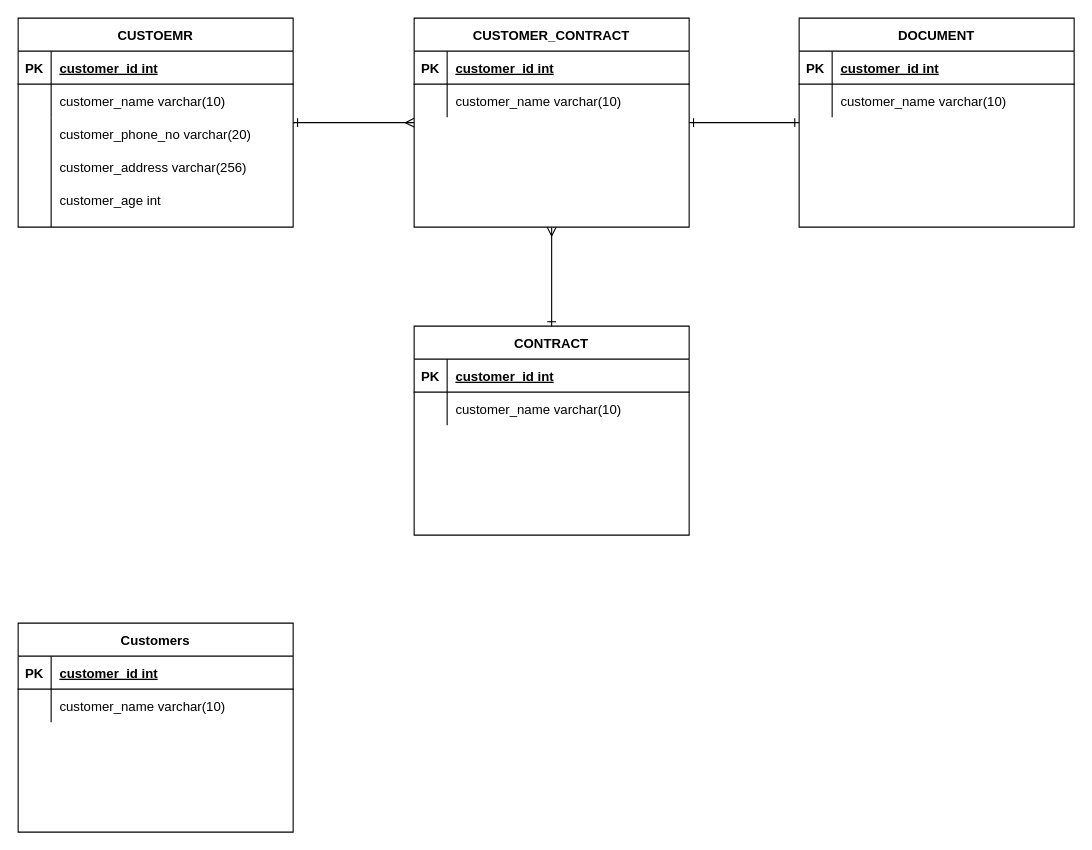
Before: 제목 없는 다이어그램.drawio in lkis71/core, a draw.io diagram. Source tidied: cells renumbered, new cells numbered last; positions are measured from the earlier drawing's top-left corner, leaving out a move shared by most shapes. Both pictures are drawn from the tidied source at 110%, with x=0, y=0 at pixel (18, 18).
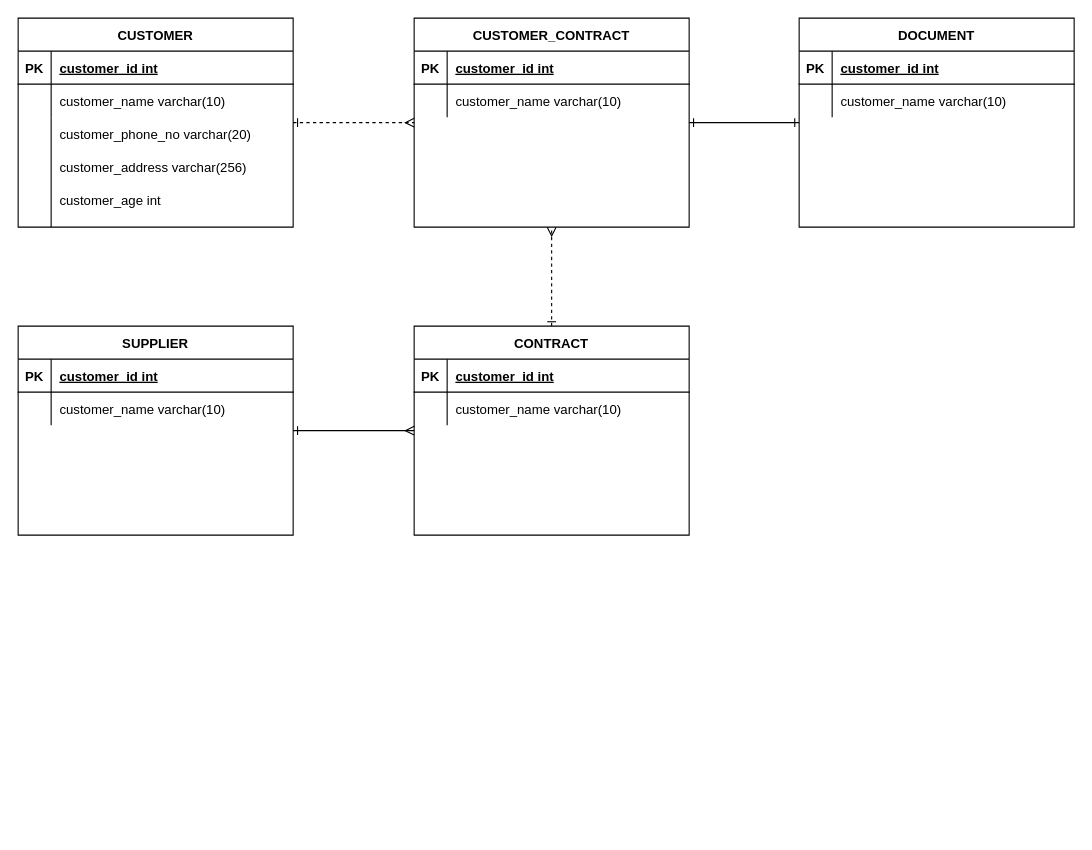
The same page after the edit.

Commit message (it also covers changes not shown here):
제목 없는 다이어그램.drawio 업데이트

Unchanged cells that the change refers to:
```xml
<mxCell id="13" value="CUSTOMER_CONTRACT" style="shape=table;startSize=30;childLayout=tableLayout;rowLines=0;fontStyle=1;align=center;" parent="1" vertex="1">
  <mxGeometry x="360" width="250" height="190" as="geometry" />
</mxCell>
<mxCell id="27" value="CONTRACT" style="shape=table;startSize=30;childLayout=tableLayout;rowLines=0;fontStyle=1;align=center;" parent="1" vertex="1">
  <mxGeometry x="360" y="280" width="250" height="190" as="geometry" />
</mxCell>
```

Diff of the diagram source:
```diff
@@
-    <mxCell id="2" value="CUSTOEMR" style="shape=table;startSize=30;childLayout=tableLayout;rowLines=0;fontStyle=1;align=center;" parent="1" vertex="1">
+    <mxCell id="2" value="CUSTOMER" style="shape=table;startSize=30;childLayout=tableLayout;rowLines=0;fontStyle=1;align=center;" parent="1" vertex="1">
       <mxGeometry width="250" height="190" as="geometry" />
     </mxCell>
@@
-    <mxCell id="34" value="Customers" style="shape=table;startSize=30;childLayout=tableLayout;rowLines=0;fontStyle=1;align=center;" parent="1" vertex="1">
-      <mxGeometry y="550" width="250" height="190" as="geometry" />
+    <mxCell id="34" value="SUPPLIER" style="shape=table;startSize=30;childLayout=tableLayout;rowLines=0;fontStyle=1;align=center;" parent="1" vertex="1">
+      <mxGeometry y="280" width="250" height="190" as="geometry" />
     </mxCell>
@@
-    <mxCell id="41" style="endArrow=ERmany;html=1;rounded=0;endFill=0;entryX=0;entryY=0.5;entryDx=0;entryDy=0;startArrow=ERone;startFill=0;" parent="1" edge="1" target="13">
+    <mxCell id="41" style="endArrow=ERmany;html=1;rounded=0;endFill=0;entryX=0;entryY=0.5;entryDx=0;entryDy=0;startArrow=ERone;startFill=0;dashed=1;" parent="1" edge="1" target="13">
       <mxGeometry relative="1" as="geometry">
         <mxPoint x="250" y="95" as="sourcePoint" />
       </mxGeometry>
     </mxCell>
-    <mxCell id="42" style="endArrow=ERmany;html=1;rounded=0;endFill=0;entryX=0.5;entryY=1;entryDx=0;entryDy=0;startArrow=ERone;startFill=0;exitX=0.5;exitY=0;exitDx=0;exitDy=0;" parent="1" edge="1" source="27" target="13">
+    <mxCell id="42" style="endArrow=ERmany;html=1;rounded=0;endFill=0;entryX=0.5;entryY=1;entryDx=0;entryDy=0;startArrow=ERone;startFill=0;exitX=0.5;exitY=0;exitDx=0;exitDy=0;dashed=1;" parent="1" edge="1" source="27" target="13">
       <mxGeometry relative="1" as="geometry" />
     </mxCell>
@@
+    <mxCell id="44" style="endArrow=ERmany;html=1;rounded=0;endFill=0;entryX=0;entryY=0.5;entryDx=0;entryDy=0;startArrow=ERone;startFill=0;exitX=1;exitY=0.5;exitDx=0;exitDy=0;" parent="1" edge="1" source="34" target="27">
+      <mxGeometry relative="1" as="geometry" />
+    </mxCell>
```
